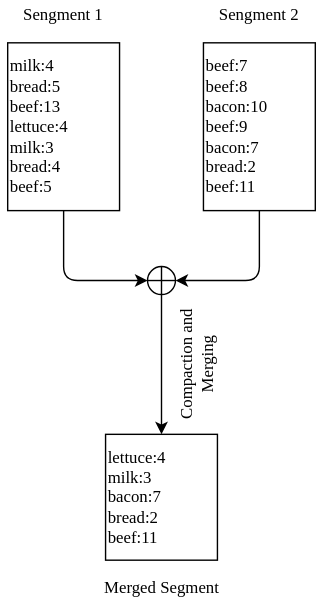
Before: 2021/08/20/A-Closer-Look-to-a-Key-Value-Storage-Engine/Diagram-merge-compaction.svg, a diagram exported from draw.io (SilhDing/SilhDing.github.io). Source tidied: cells renumbered, new cells last; positions are measured from the earlier drawing's top-left corner, leaving out a move shared by most shapes.
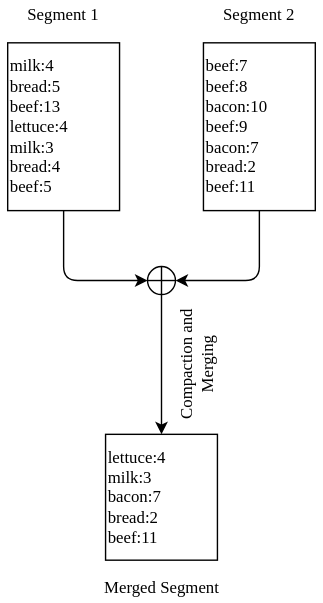
The same diagram one commit later.

The edit, as a diff of the source:
```diff
@@ -38,10 +38,10 @@
     <mxCell id="10" value="&lt;font face=&quot;IBM Plex Mono&quot;&gt;Compaction and Merging&lt;/font&gt;" style="text;html=1;strokeColor=none;fillColor=none;align=center;verticalAlign=middle;whiteSpace=wrap;rounded=0;rotation=270;" parent="2" vertex="1">
       <mxGeometry x="95" y="250" width="90" height="20" as="geometry" />
     </mxCell>
-    <mxCell id="11" value="&lt;font face=&quot;IBM Plex Mono&quot;&gt;Sengment 1&lt;/font&gt;" style="text;html=1;strokeColor=none;fillColor=none;align=center;verticalAlign=middle;whiteSpace=wrap;rounded=0;rotation=0;" parent="2" vertex="1">
+    <mxCell id="11" value="&lt;font face=&quot;IBM Plex Mono&quot;&gt;Segment 1&lt;/font&gt;" style="text;html=1;strokeColor=none;fillColor=none;align=center;verticalAlign=middle;whiteSpace=wrap;rounded=0;rotation=0;" parent="2" vertex="1">
       <mxGeometry width="90" height="20" as="geometry" />
     </mxCell>
-    <mxCell id="12" value="&lt;font face=&quot;IBM Plex Mono&quot;&gt;Sengment 2&lt;/font&gt;" style="text;html=1;strokeColor=none;fillColor=none;align=center;verticalAlign=middle;whiteSpace=wrap;rounded=0;rotation=0;" parent="2" vertex="1">
+    <mxCell id="12" value="&lt;font face=&quot;IBM Plex Mono&quot;&gt;Segment 2&lt;/font&gt;" style="text;html=1;strokeColor=none;fillColor=none;align=center;verticalAlign=middle;whiteSpace=wrap;rounded=0;rotation=0;" parent="2" vertex="1">
       <mxGeometry x="140" width="90" height="20" as="geometry" />
     </mxCell>
     <mxCell id="13" value="&lt;font face=&quot;IBM Plex Mono&quot;&gt;Merged Segment&lt;/font&gt;" style="text;html=1;strokeColor=none;fillColor=none;align=center;verticalAlign=middle;whiteSpace=wrap;rounded=0;rotation=0;" parent="2" vertex="1">
```
